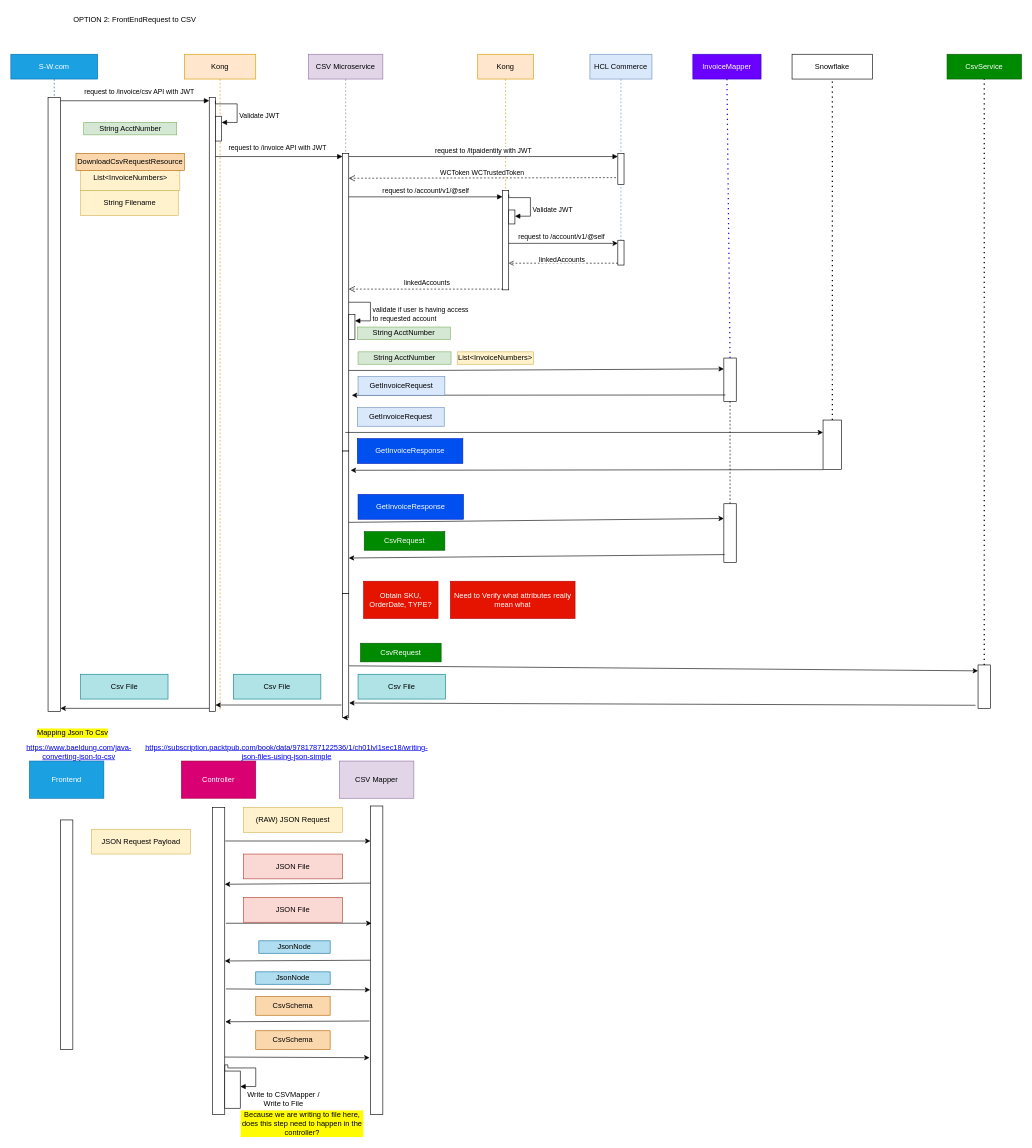
The draw.io diagram Untitled Diagram.drawio in mem848/Draw.IO, before the edit. Source tidied: cells renumbered, new cells numbered last; positions are measured from the earlier drawing's top-left corner, leaving out a move shared by most shapes. Both pictures are drawn from the tidied source at 62%, with x=0, y=0 at pixel (11, 11).
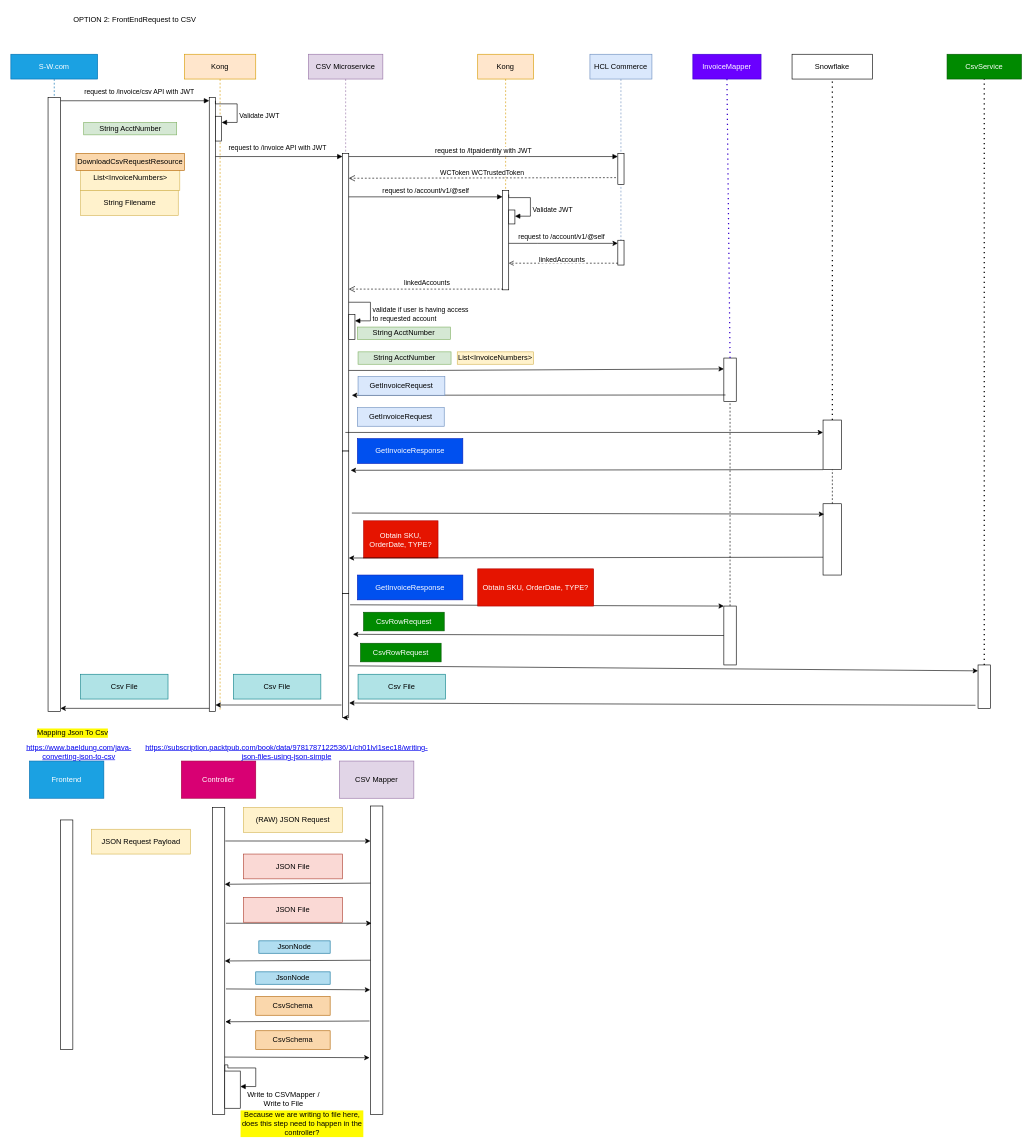
After the change.

Unchanged cells that the change refers to:
```xml
<mxCell id="76" style="rounded=0;whiteSpace=wrap;html=1;" parent="1" vertex="1">
  <mxGeometry x="1310" y="660" width="30" height="80" as="geometry" />
</mxCell>
<mxCell id="81" style="rounded=0;whiteSpace=wrap;html=1;" parent="1" vertex="1">
  <mxGeometry x="535" y="710" width="10" height="230" as="geometry" />
</mxCell>
<mxCell id="94" style="rounded=0;whiteSpace=wrap;html=1;" parent="1" vertex="1">
  <mxGeometry x="535" y="940" width="10" height="200" as="geometry" />
</mxCell>
```

Change to the diagram source:
```diff
@@
     <mxCell id="83" style="rounded=0;whiteSpace=wrap;html=1;" parent="1" vertex="1">
-      <mxGeometry x="1150" y="795" width="20" height="95" as="geometry" />
+      <mxGeometry x="1150" y="960" width="20" height="95" as="geometry" />
     </mxCell>
@@
-    <mxCell id="85" value="GetInvoiceResponse" style="rounded=0;whiteSpace=wrap;html=1;fillColor=#0050ef;fontColor=#ffffff;strokeColor=#001DBC;" parent="1" vertex="1">
-      <mxGeometry x="560" y="780" width="170" height="40" as="geometry" />
-    </mxCell>
-    <mxCell id="86" style="endArrow=classic;html=1;rounded=0;entryX=0;entryY=0.25;entryDx=0;entryDy=0;exitX=1;exitY=0.5;exitDx=0;exitDy=0;" parent="1" edge="1" source="81" target="83">
-      <mxGeometry relative="1" as="geometry" />
-    </mxCell>
-    <mxCell id="87" value="CsvRequest" style="rounded=0;whiteSpace=wrap;html=1;fillColor=#008a00;fontColor=#ffffff;strokeColor=#005700;" parent="1" vertex="1">
-      <mxGeometry x="570" y="840" width="130" height="30" as="geometry" />
-    </mxCell>
-    <mxCell id="88" style="endArrow=classic;html=1;rounded=0;exitX=0.063;exitY=0.863;exitDx=0;exitDy=0;entryX=1;entryY=0.75;entryDx=0;entryDy=0;exitPerimeter=0;" parent="1" edge="1" source="83" target="81">
-      <mxGeometry relative="1" as="geometry" />
-    </mxCell>
@@
-    <mxCell id="93" value="CsvRequest" style="rounded=0;whiteSpace=wrap;html=1;fillColor=#008a00;fontColor=#ffffff;strokeColor=#005700;" parent="1" vertex="1">
+    <mxCell id="93" value="CsvRowRequest" style="rounded=0;whiteSpace=wrap;html=1;fillColor=#008a00;fontColor=#ffffff;strokeColor=#005700;" parent="1" vertex="1">
       <mxGeometry x="564" y="1020" width="130" height="30" as="geometry" />
     </mxCell>
@@
     <mxCell id="102" value="Obtain SKU, OrderDate, TYPE?" style="rounded=0;whiteSpace=wrap;html=1;fillColor=#e51400;strokeColor=#B20000;fontColor=#ffffff;" parent="1" vertex="1">
-      <mxGeometry x="569" y="920" width="120" height="60" as="geometry" />
+      <mxGeometry x="569" y="822.5" width="120" height="60" as="geometry" />
     </mxCell>
-    <mxCell id="103" value="Need to Verify what attributes really mean what" style="rounded=0;whiteSpace=wrap;html=1;fillColor=#e51400;fontColor=#ffffff;strokeColor=#B20000;" parent="1" vertex="1">
-      <mxGeometry x="709" y="920" width="201" height="60" as="geometry" />
-    </mxCell>
+    <mxCell id="104" style="rounded=0;whiteSpace=wrap;html=1;" parent="1" vertex="1">
+      <mxGeometry x="1310" y="795" width="30" height="115" as="geometry" />
+    </mxCell>
+    <mxCell id="105" style="endArrow=classic;html=1;rounded=0;entryX=0.059;entryY=0.146;entryDx=0;entryDy=0;entryPerimeter=0;" parent="1" edge="1" target="104">
+      <mxGeometry relative="1" as="geometry">
+        <mxPoint x="550" y="810" as="sourcePoint" />
+      </mxGeometry>
+    </mxCell>
+    <mxCell id="106" style="endArrow=classic;html=1;rounded=0;exitX=0;exitY=0.75;exitDx=0;exitDy=0;entryX=1;entryY=0.75;entryDx=0;entryDy=0;" parent="1" edge="1" source="104" target="81">
+      <mxGeometry relative="1" as="geometry" />
+    </mxCell>
+    <mxCell id="107" style="endArrow=none;dashed=1;html=1;rounded=0;exitX=0.5;exitY=0;exitDx=0;exitDy=0;entryX=0.5;entryY=1;entryDx=0;entryDy=0;" parent="1" edge="1" source="104" target="76">
+      <mxGeometry relative="1" as="geometry" />
+    </mxCell>
+    <mxCell id="108" style="endArrow=classic;html=1;rounded=0;exitX=1.215;exitY=0.09;exitDx=0;exitDy=0;exitPerimeter=0;entryX=0;entryY=0;entryDx=0;entryDy=0;" parent="1" edge="1" source="94" target="83">
+      <mxGeometry relative="1" as="geometry" />
+    </mxCell>
+    <mxCell id="85" value="GetInvoiceResponse" style="rounded=0;whiteSpace=wrap;html=1;fillColor=#0050ef;fontColor=#ffffff;strokeColor=#001DBC;" parent="1" vertex="1">
+      <mxGeometry x="559" y="910" width="170" height="40" as="geometry" />
+    </mxCell>
+    <mxCell id="109" value="Obtain SKU, OrderDate, TYPE?" style="rounded=0;whiteSpace=wrap;html=1;fillColor=#e51400;strokeColor=#B20000;fontColor=#ffffff;" parent="1" vertex="1">
+      <mxGeometry x="753" y="900" width="187" height="60" as="geometry" />
+    </mxCell>
+    <mxCell id="110" style="endArrow=classic;html=1;rounded=0;exitX=0;exitY=0.5;exitDx=0;exitDy=0;entryX=1.677;entryY=0.328;entryDx=0;entryDy=0;entryPerimeter=0;" parent="1" edge="1" source="83" target="94">
+      <mxGeometry relative="1" as="geometry" />
+    </mxCell>
+    <mxCell id="111" value="CsvRowRequest" style="rounded=0;whiteSpace=wrap;html=1;fillColor=#008a00;fontColor=#ffffff;strokeColor=#005700;" parent="1" vertex="1">
+      <mxGeometry x="569" y="970" width="130" height="30" as="geometry" />
+    </mxCell>
```
